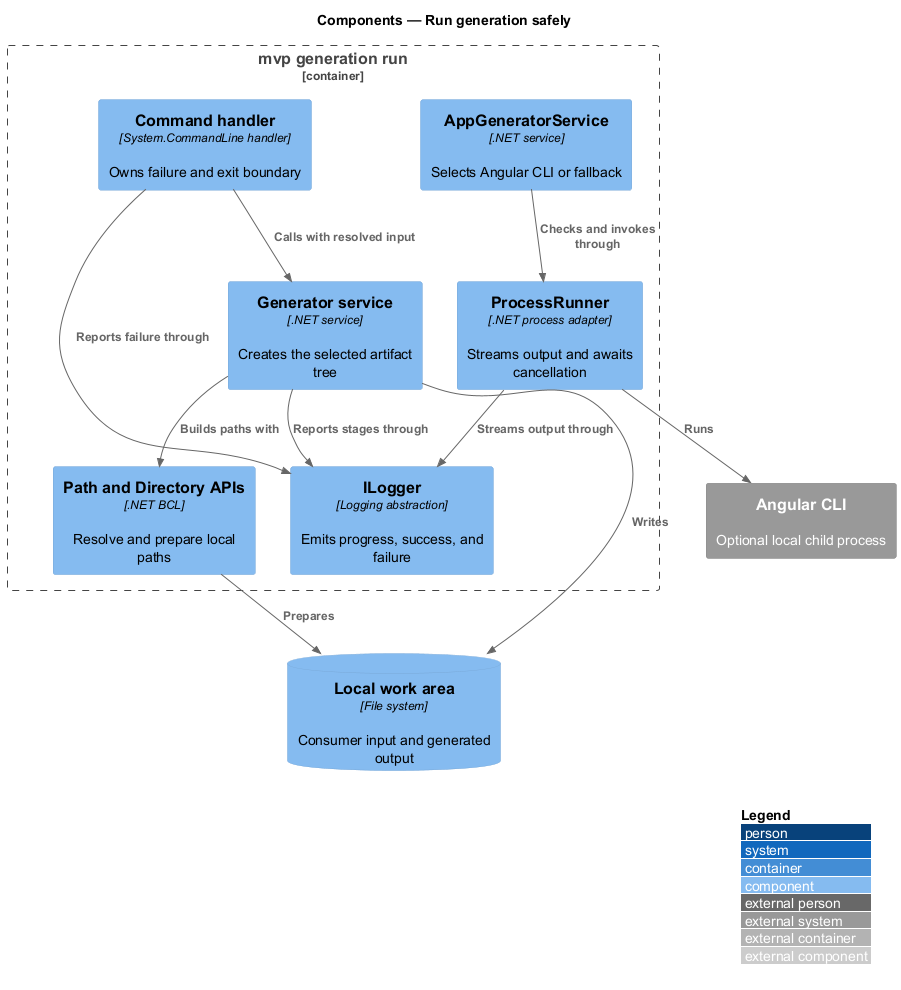
QuinntyneBrown/mvp keeps this PlantUML diagram as docs/detailed-designs/generation-operations/run-generation-safely/diagrams/c4-component.png. Above is the earlier version.
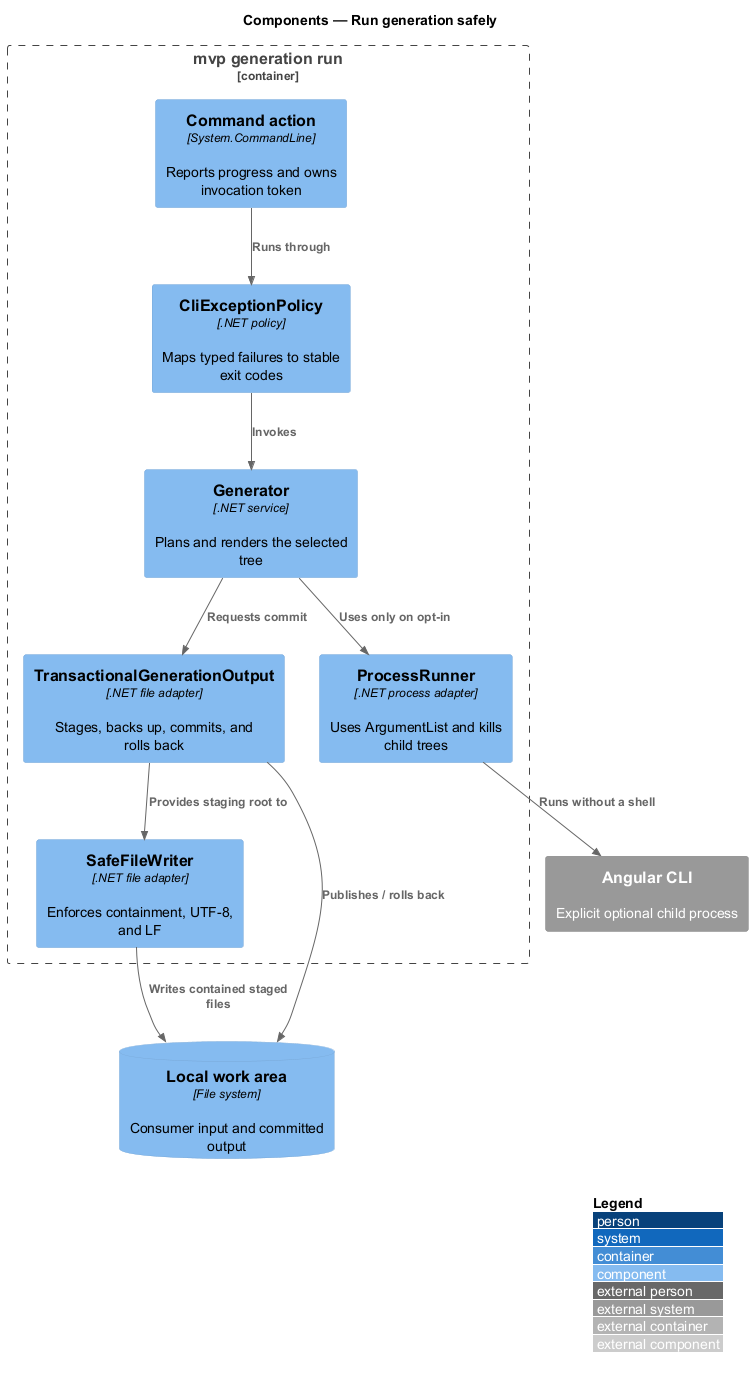
The same file after the commit.

Diff of the diagram source:
```diff
@@ -4,23 +4,22 @@
 title Components — Run generation safely
 
 Container_Boundary(run, "mvp generation run") {
-  Component(command, "Command handler", "System.CommandLine handler", "Owns failure and exit boundary")
-  Component(generator, "Generator service", ".NET service", "Creates the selected artifact tree")
-  Component(app, "AppGeneratorService", ".NET service", "Selects Angular CLI or fallback")
-  Component(process, "ProcessRunner", ".NET process adapter", "Streams output and awaits cancellation")
-  Component(logger, "ILogger", "Logging abstraction", "Emits progress, success, and failure")
-  Component(path, "Path and Directory APIs", ".NET BCL", "Resolve and prepare local paths")
+  Component(command, "Command action", "System.CommandLine", "Reports progress and owns invocation token")
+  Component(policy, "CliExceptionPolicy", ".NET policy", "Maps typed failures to stable exit codes")
+  Component(generator, "Generator", ".NET service", "Plans and renders the selected tree")
+  Component(transaction, "TransactionalGenerationOutput", ".NET file adapter", "Stages, backs up, commits, and rolls back")
+  Component(writer, "SafeFileWriter", ".NET file adapter", "Enforces containment, UTF-8, and LF")
+  Component(process, "ProcessRunner", ".NET process adapter", "Uses ArgumentList and kills child trees")
 }
-System_Ext(angular, "Angular CLI", "Optional local child process")
-ComponentDb(files, "Local work area", "File system", "Consumer input and generated output")
+System_Ext(angular, "Angular CLI", "Explicit optional child process")
+ComponentDb(files, "Local work area", "File system", "Consumer input and committed output")
 
-Rel(command, generator, "Calls with resolved input")
-Rel(command, logger, "Reports failure through")
-Rel(generator, logger, "Reports stages through")
-Rel(generator, path, "Builds paths with")
-Rel(path, files, "Prepares")
-Rel(generator, files, "Writes")
-Rel(app, process, "Checks and invokes through")
-Rel(process, angular, "Runs")
-Rel(process, logger, "Streams output through")
+Rel(command, policy, "Runs through")
+Rel(policy, generator, "Invokes")
+Rel(generator, transaction, "Requests commit")
+Rel(transaction, writer, "Provides staging root to")
+Rel(writer, files, "Writes contained staged files")
+Rel(transaction, files, "Publishes / rolls back")
+Rel(generator, process, "Uses only on opt-in")
+Rel(process, angular, "Runs without a shell")
 @enduml
```
